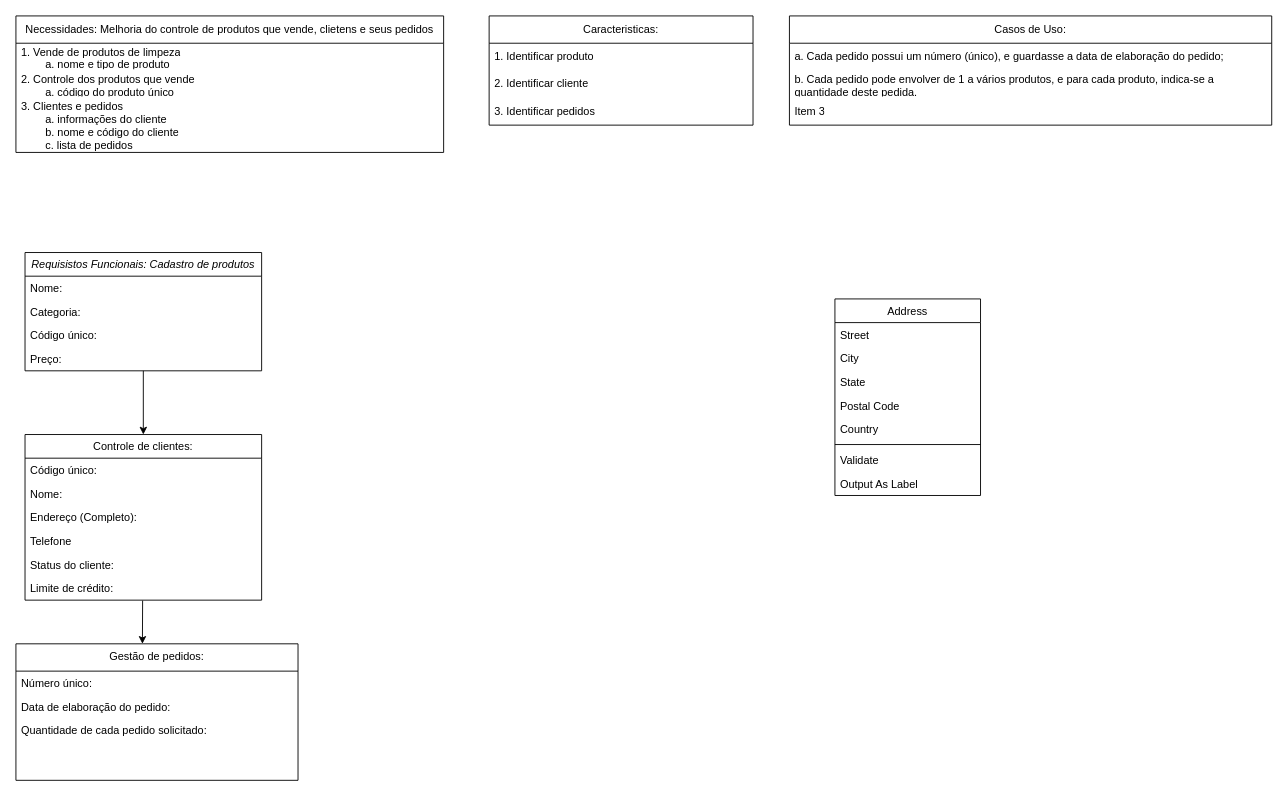
Earlier version of the draw.io diagram Diagrama sem nome.drawio (eCsmDv/eduardomarques). Source tidied: cells renumbered, new cells numbered last; positions are measured from the earlier drawing's top-left corner, leaving out a move shared by most shapes. Both pictures are drawn from the tidied source at 91%, with x=0, y=0 at pixel (15, 15).
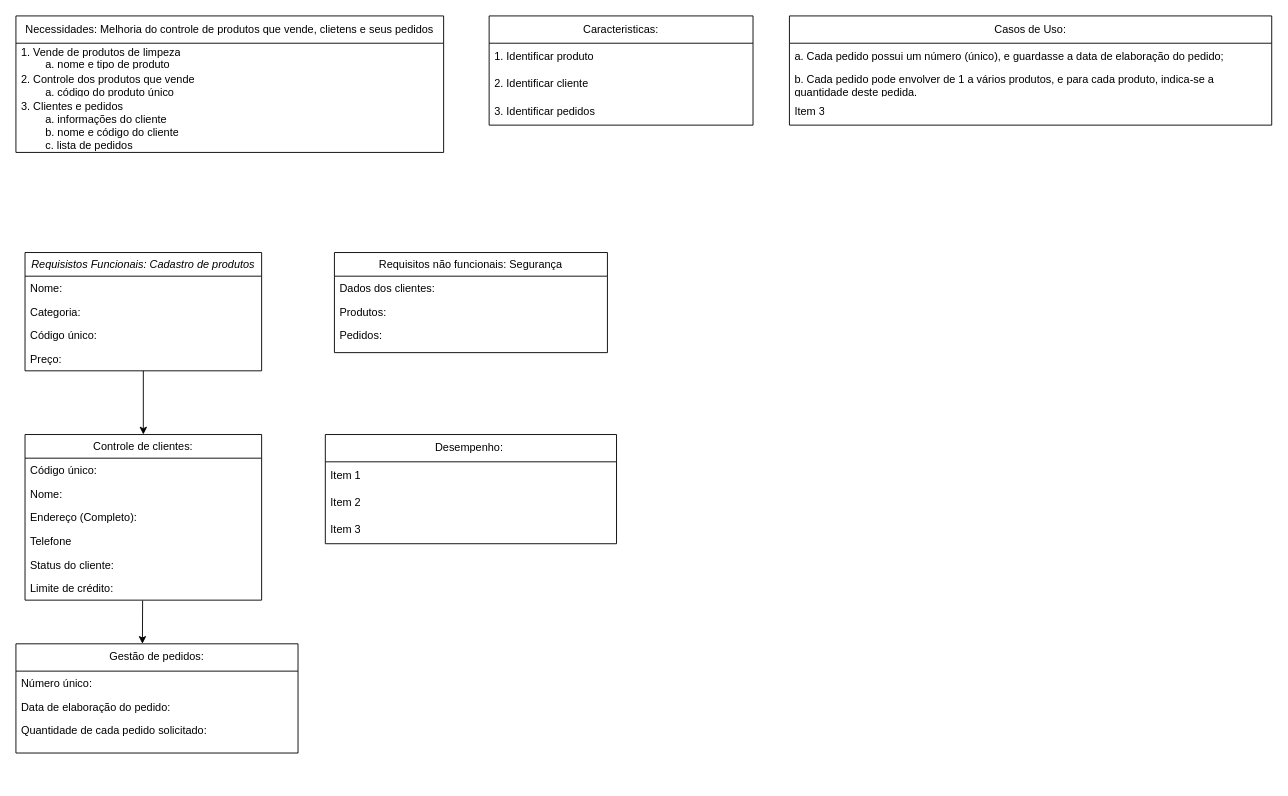
The same diagram, later.

Unchanged cells that the change refers to:
```xml
<mxCell id="3" value="Requisistos Funcionais: Cadastro de produtos" style="swimlane;fontStyle=2;align=center;verticalAlign=top;horizontal=1;startSize=26;rounded=0;shadow=0;strokeWidth=1;" parent="1" vertex="1">
  <mxGeometry x="10" y="260" width="260" height="130" as="geometry" />
</mxCell>
```

The edit, as a diff of the source:
```diff
@@
-    <mxCell id="6" value="Código único:" style="text;align=left;verticalAlign=top;spacingLeft=4;spacingRight=4;overflow=hidden;rounded=0;shadow=0;html=0;" parent="3" vertex="1">
+    <mxCell id="6" value="Código único: " style="text;align=left;verticalAlign=top;spacingLeft=4;spacingRight=4;overflow=hidden;rounded=0;shadow=0;html=0;" parent="3" vertex="1">
       <mxGeometry y="78" width="260" height="26" as="geometry" />
     </mxCell>
@@
     <mxCell id="15" value="Gestão de pedidos:" style="swimlane;fontStyle=0;align=center;verticalAlign=top;horizontal=1;startSize=30;rounded=0;shadow=0;strokeWidth=1;" parent="1" vertex="1">
-      <mxGeometry y="690" width="310" height="150" as="geometry" />
+      <mxGeometry y="690" width="310" height="120" as="geometry" />
     </mxCell>
@@
-    <mxCell id="19" value="Address" style="swimlane;fontStyle=0;align=center;verticalAlign=top;horizontal=1;startSize=26;rounded=0;shadow=0;strokeWidth=1;" parent="1" vertex="1">
-      <mxGeometry x="900" y="311" width="160" height="216" as="geometry" />
+    <mxCell id="19" value="Requisitos não funcionais: Segurança" style="swimlane;fontStyle=0;align=center;verticalAlign=top;horizontal=1;startSize=26;rounded=0;shadow=0;strokeWidth=1;" parent="1" vertex="1">
+      <mxGeometry x="350" y="260" width="300" height="110" as="geometry" />
     </mxCell>
-    <mxCell id="20" value="Street" style="text;align=left;verticalAlign=top;spacingLeft=4;spacingRight=4;overflow=hidden;" parent="19" vertex="1">
-      <mxGeometry y="26" width="160" height="26" as="geometry" />
+    <mxCell id="20" value="Dados dos clientes:" style="text;align=left;verticalAlign=top;spacingLeft=4;spacingRight=4;overflow=hidden;" parent="19" vertex="1">
+      <mxGeometry y="26" width="300" height="26" as="geometry" />
     </mxCell>
-    <mxCell id="21" value="City" style="text;align=left;verticalAlign=top;spacingLeft=4;spacingRight=4;overflow=hidden;rounded=0;shadow=0;html=0;" parent="19" vertex="1">
-      <mxGeometry y="52" width="160" height="26" as="geometry" />
+    <mxCell id="21" value="Produtos:" style="text;align=left;verticalAlign=top;spacingLeft=4;spacingRight=4;overflow=hidden;rounded=0;shadow=0;html=0;" parent="19" vertex="1">
+      <mxGeometry y="52" width="300" height="26" as="geometry" />
     </mxCell>
-    <mxCell id="22" value="State" style="text;align=left;verticalAlign=top;spacingLeft=4;spacingRight=4;overflow=hidden;rounded=0;shadow=0;html=0;" parent="19" vertex="1">
-      <mxGeometry y="78" width="160" height="26" as="geometry" />
+    <mxCell id="22" value="Pedidos:" style="text;align=left;verticalAlign=top;spacingLeft=4;spacingRight=4;overflow=hidden;rounded=0;shadow=0;html=0;" parent="19" vertex="1">
+      <mxGeometry y="78" width="300" height="26" as="geometry" />
     </mxCell>
-    <mxCell id="23" value="Postal Code" style="text;align=left;verticalAlign=top;spacingLeft=4;spacingRight=4;overflow=hidden;rounded=0;shadow=0;html=0;" parent="19" vertex="1">
-      <mxGeometry y="104" width="160" height="26" as="geometry" />
-    </mxCell>
-    <mxCell id="24" value="Country" style="text;align=left;verticalAlign=top;spacingLeft=4;spacingRight=4;overflow=hidden;rounded=0;shadow=0;html=0;" parent="19" vertex="1">
-      <mxGeometry y="130" width="160" height="26" as="geometry" />
-    </mxCell>
-    <mxCell id="25" style="line;html=1;strokeWidth=1;align=left;verticalAlign=middle;spacingTop=-1;spacingLeft=3;spacingRight=3;labelPosition=right;" parent="19" vertex="1">
-      <mxGeometry y="156" width="160" height="8" as="geometry" />
-    </mxCell>
-    <mxCell id="26" value="Validate" style="text;align=left;verticalAlign=top;spacingLeft=4;spacingRight=4;overflow=hidden;" parent="19" vertex="1">
-      <mxGeometry y="164" width="160" height="26" as="geometry" />
-    </mxCell>
-    <mxCell id="27" value="Output As Label" style="text;align=left;verticalAlign=top;spacingLeft=4;spacingRight=4;overflow=hidden;" parent="19" vertex="1">
-      <mxGeometry y="190" width="160" height="26" as="geometry" />
-    </mxCell>
@@
+    <mxCell id="41" value="Desempenho:&amp;nbsp;" style="swimlane;fontStyle=0;horizontal=1;startSize=30;whiteSpace=wrap;html=1;" parent="1" vertex="1">
+      <mxGeometry x="340" y="460" width="320" height="120" as="geometry" />
+    </mxCell>
+    <mxCell id="42" value="Item 1" style="text;strokeColor=none;fillColor=none;align=left;verticalAlign=middle;spacingLeft=4;spacingRight=4;overflow=hidden;whiteSpace=wrap;html=1;" parent="41" vertex="1">
+      <mxGeometry y="30" width="320" height="30" as="geometry" />
+    </mxCell>
+    <mxCell id="43" value="Item 2" style="text;strokeColor=none;fillColor=none;align=left;verticalAlign=middle;spacingLeft=4;spacingRight=4;overflow=hidden;whiteSpace=wrap;html=1;" parent="41" vertex="1">
+      <mxGeometry y="60" width="320" height="30" as="geometry" />
+    </mxCell>
+    <mxCell id="44" value="Item 3" style="text;strokeColor=none;fillColor=none;align=left;verticalAlign=middle;spacingLeft=4;spacingRight=4;overflow=hidden;whiteSpace=wrap;html=1;" parent="41" vertex="1">
+      <mxGeometry y="90" width="320" height="30" as="geometry" />
+    </mxCell>
```
